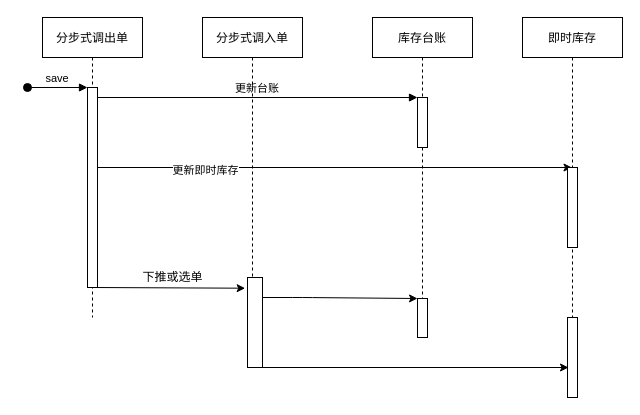
Earlier version of the draw.io diagram seq.stk.step.trans.drawio (inspurhua/diagrams.net). Source tidied: cells renumbered, new cells numbered last; positions are measured from the earlier drawing's top-left corner, leaving out a move shared by most shapes. Both pictures are drawn from the tidied source at 100%, with x=0, y=0 at pixel (27, 17).
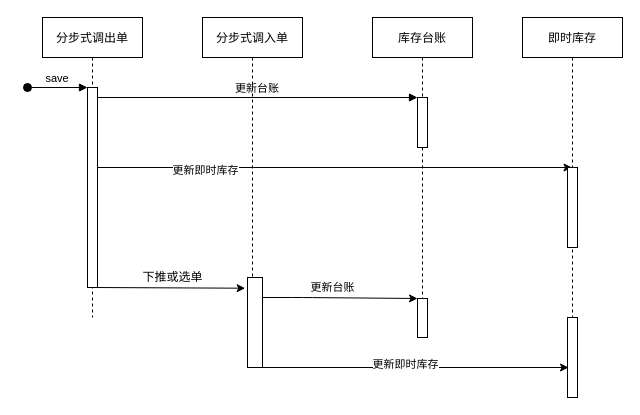
After the change.

The change refers to these unchanged cells:
```xml
<mxCell id="17" style="edgeStyle=orthogonalEdgeStyle;rounded=0;jettySize=auto;html=1;" parent="1" edge="1" source="14">
  <mxGeometry relative="1" as="geometry">
    <mxPoint x="541" y="350" as="targetPoint" />
    <Array as="points">
      <mxPoint x="541" y="350" />
    </Array>
  </mxGeometry>
</mxCell>
```

Change to the diagram source:
```diff
@@
+    <mxCell id="20" value="更新即时库存" style="edgeLabel;html=1;align=center;verticalAlign=middle;" parent="17" vertex="1">
+      <mxGeometry x="-0.07" y="4" relative="1" as="geometry" />
+    </mxCell>
@@
+    <mxCell id="21" value="&lt;span style=&quot;font-size: 11px ; background-color: rgb(255 , 255 , 255)&quot;&gt;更新台账&lt;/span&gt;" style="text;html=1;align=center;verticalAlign=middle;" parent="1" vertex="1">
+      <mxGeometry x="275" y="260" width="60" height="20" as="geometry" />
+    </mxCell>
```
